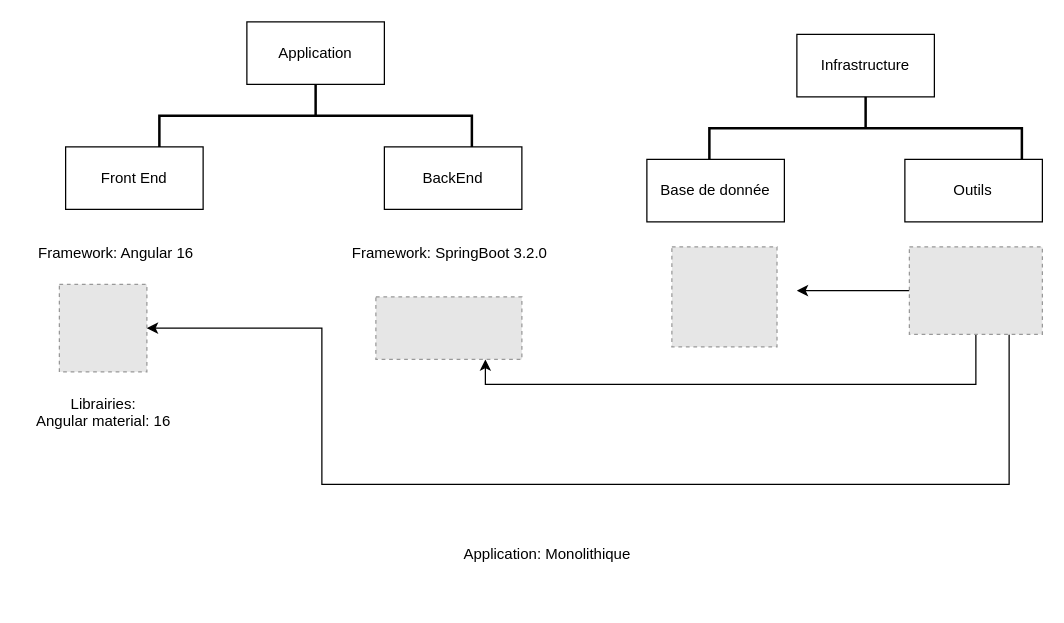
Earlier version of the draw.io diagram page "Schéma d'application" (5 of 10) of Diagramme sans nom.drawio (Ali0908/BDD_UML). Source tidied: cells renumbered, new cells numbered last; positions are measured from the earlier drawing's top-left corner, leaving out a move shared by most shapes. Both pictures are drawn from the tidied source at 125%, with x=0, y=0 at pixel (21, -41). Pictures stored in the file or linked from it are replaced by grey dashed boxes.
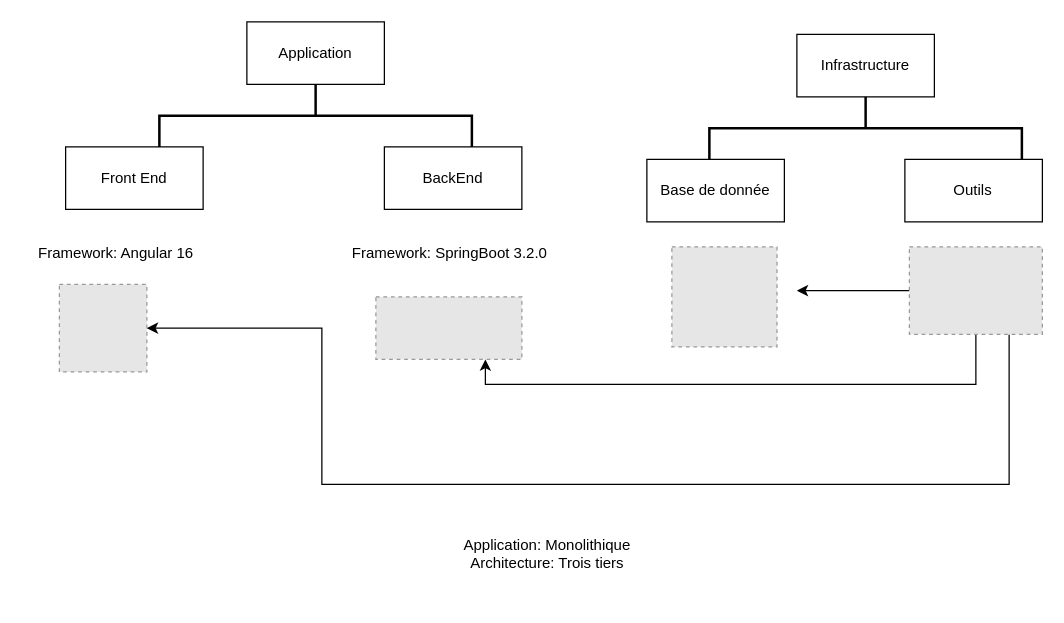
The same diagram, later.

Commit message:
schéma d'application

Change to the diagram source:
```diff
@@
-    <mxCell id="7" value="Librairies:&lt;br&gt;Angular material: 16&lt;div&gt;&lt;br/&gt;&lt;/div&gt;" style="text;html=1;align=center;verticalAlign=middle;strokeColor=none;fillColor=none;" parent="1" vertex="1">
-      <mxGeometry y="340" width="130" height="60" as="geometry" />
-    </mxCell>
@@
-    <mxCell id="20" value="Application: Monolithique&lt;div&gt;&lt;br/&gt;&lt;/div&gt;" style="text;html=1;align=center;verticalAlign=middle;strokeColor=none;fillColor=none;" parent="1" vertex="1">
-      <mxGeometry x="340" y="463" width="160" height="40" as="geometry" />
+    <mxCell id="20" value="&lt;div&gt;Application: Monolithique&lt;/div&gt;&lt;div&gt;Architecture: Trois tiers&lt;br&gt;&lt;/div&gt;&lt;div&gt;&lt;br&gt;&lt;/div&gt;" style="text;html=1;align=center;verticalAlign=middle;strokeColor=none;fillColor=none;" parent="1" vertex="1">
+      <mxGeometry x="340" y="453" width="160" height="60" as="geometry" />
     </mxCell>
```
